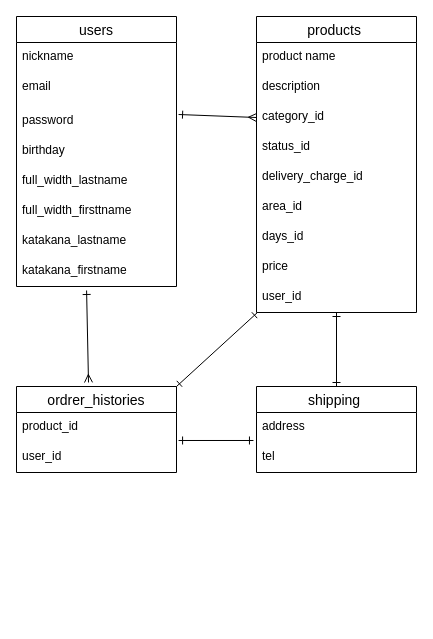
minamieri/furima-40821 keeps this draw.io diagram as furima.dio. Above is the earlier version. Source tidied: cells renumbered, new cells numbered last; positions are measured from the earlier drawing's top-left corner, leaving out a move shared by most shapes. Both pictures are drawn from the tidied source at 100%, with x=0, y=0 at pixel (16, 16).
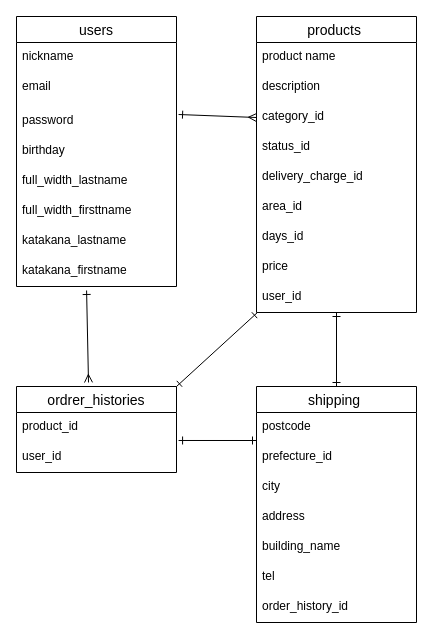
After the change.

The change refers to these unchanged cells:
```xml
<mxCell id="23" value="user_id" style="text;strokeColor=none;fillColor=none;spacingLeft=4;spacingRight=4;overflow=hidden;points=[[0,0.5],[1,0.5]];portConstraint=eastwest;fontSize=12;sketch=1;hachureGap=4;jiggle=2;curveFitting=1;fontFamily=Helvetica;" parent="21" vertex="1">
  <mxGeometry y="56" width="160" height="30" as="geometry" />
</mxCell>
```

Diff of the diagram source:
```diff
@@
     <mxCell id="24" value="shipping " style="swimlane;fontStyle=0;horizontal=1;startSize=26;align=center;fontSize=14;" parent="1" vertex="1">
-      <mxGeometry x="240" y="370" width="160" height="86" as="geometry" />
+      <mxGeometry x="240" y="370" width="160" height="236" as="geometry" />
     </mxCell>
-    <mxCell id="25" value="address" style="text;strokeColor=none;fillColor=none;spacingLeft=4;spacingRight=4;overflow=hidden;fontSize=12;" parent="24" vertex="1">
+    <mxCell id="25" value="postcode" style="text;strokeColor=none;fillColor=none;spacingLeft=4;spacingRight=4;overflow=hidden;fontSize=12;" parent="24" vertex="1">
       <mxGeometry y="26" width="160" height="30" as="geometry" />
     </mxCell>
+    <mxCell id="32" value="prefecture_id" style="text;strokeColor=none;fillColor=none;spacingLeft=4;spacingRight=4;overflow=hidden;fontSize=12;sketch=1;hachureGap=4;jiggle=2;curveFitting=1;fontFamily=Helvetica;" parent="24" vertex="1">
+      <mxGeometry y="56" width="160" height="30" as="geometry" />
+    </mxCell>
+    <mxCell id="33" value="city" style="text;strokeColor=none;fillColor=none;spacingLeft=4;spacingRight=4;overflow=hidden;fontSize=12;sketch=1;hachureGap=4;jiggle=2;curveFitting=1;fontFamily=Helvetica;" parent="24" vertex="1">
+      <mxGeometry y="86" width="160" height="30" as="geometry" />
+    </mxCell>
+    <mxCell id="34" value="address" style="text;strokeColor=none;fillColor=none;spacingLeft=4;spacingRight=4;overflow=hidden;fontSize=12;sketch=1;hachureGap=4;jiggle=2;curveFitting=1;fontFamily=Helvetica;" parent="24" vertex="1">
+      <mxGeometry y="116" width="160" height="30" as="geometry" />
+    </mxCell>
+    <mxCell id="35" value="building_name" style="text;strokeColor=none;fillColor=none;spacingLeft=4;spacingRight=4;overflow=hidden;fontSize=12;sketch=1;hachureGap=4;jiggle=2;curveFitting=1;fontFamily=Helvetica;" parent="24" vertex="1">
+      <mxGeometry y="146" width="160" height="30" as="geometry" />
+    </mxCell>
     <mxCell id="26" value="tel" style="text;strokeColor=none;fillColor=none;spacingLeft=4;spacingRight=4;overflow=hidden;points=[[0,0.5],[1,0.5]];portConstraint=eastwest;fontSize=12;" parent="24" vertex="1">
-      <mxGeometry y="56" width="160" height="30" as="geometry" />
+      <mxGeometry y="176" width="160" height="30" as="geometry" />
     </mxCell>
+    <mxCell id="36" value="order_history_id" style="text;strokeColor=none;fillColor=none;spacingLeft=4;spacingRight=4;overflow=hidden;fontSize=12;sketch=1;hachureGap=4;jiggle=2;curveFitting=1;fontFamily=Helvetica;" parent="24" vertex="1">
+      <mxGeometry y="206" width="160" height="30" as="geometry" />
+    </mxCell>
@@
-    <mxCell id="31" style="edgeStyle=none;html=1;endArrow=ERone;endFill=0;exitX=1.013;exitY=-0.067;exitDx=0;exitDy=0;exitPerimeter=0;startArrow=ERone;startFill=0;entryX=-0.019;entryY=-0.067;entryDx=0;entryDy=0;entryPerimeter=0;" parent="1" edge="1" source="23" target="26">
-      <mxGeometry relative="1" as="geometry" />
+    <mxCell id="31" style="edgeStyle=none;html=1;endArrow=ERone;endFill=0;exitX=1.013;exitY=-0.067;exitDx=0;exitDy=0;exitPerimeter=0;startArrow=ERone;startFill=0;" parent="1" edge="1" source="23">
+      <mxGeometry relative="1" as="geometry">
+        <mxPoint x="240" y="424" as="targetPoint" />
+      </mxGeometry>
     </mxCell>
```
